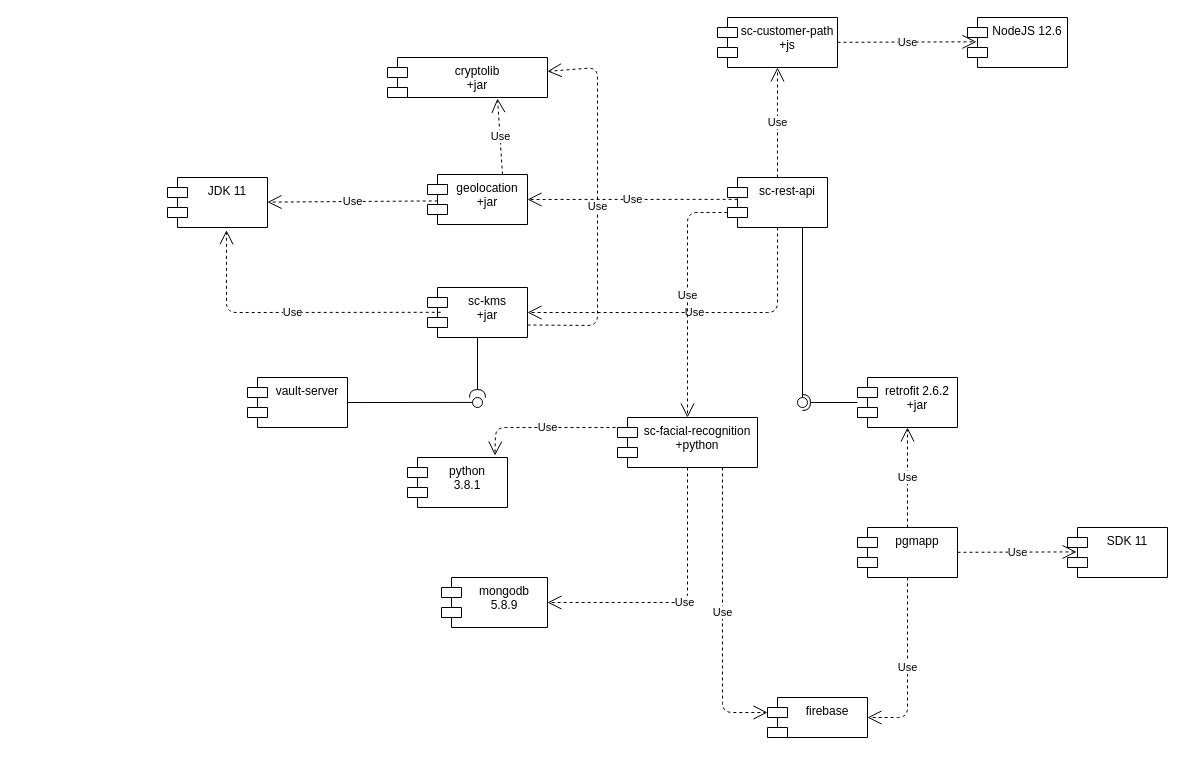
Before: diagrams/ComponentDiagram.drawio in jessicaraman/pds-stardust, a draw.io diagram. Source tidied: cells renumbered, new cells numbered last; positions are measured from the earlier drawing's top-left corner, leaving out a move shared by most shapes. Both pictures are drawn from the tidied source at 100%, with x=0, y=0 at pixel (167, 17).
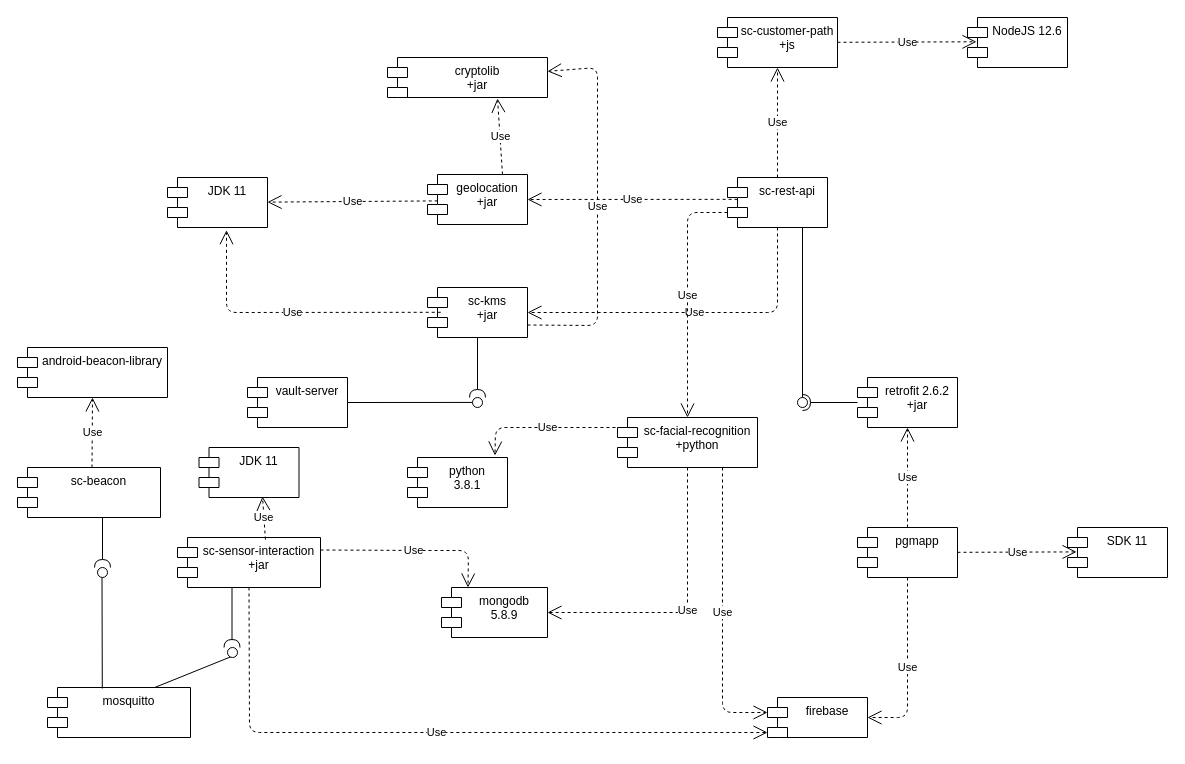
Above is the later version.

Commit message (it also covers changes not shown here):
add sequence diagram for uc3 (NCC) and update deployment/component diagrams

The change refers to these unchanged cells:
```xml
<mxCell id="29" value="sc-facial-recognition&#10;+python" style="shape=module;align=left;spacingLeft=20;align=center;verticalAlign=top;" parent="1" vertex="1">
  <mxGeometry x="450" y="400" width="140" height="50" as="geometry" />
</mxCell>
<mxCell id="31" value="firebase" style="shape=module;align=left;spacingLeft=20;align=center;verticalAlign=top;" parent="1" vertex="1">
  <mxGeometry x="600" y="680" width="100" height="40" as="geometry" />
</mxCell>
```

What changed in the source:
```diff
@@
     <mxCell id="30" value="mongodb&#10;5.8.9" style="shape=module;align=left;spacingLeft=20;align=center;verticalAlign=top;" parent="1" vertex="1">
-      <mxGeometry x="274" y="560" width="106" height="50" as="geometry" />
+      <mxGeometry x="274" y="570" width="106" height="50" as="geometry" />
     </mxCell>
@@
     <mxCell id="33" value="Use" style="endArrow=open;endSize=12;dashed=1;html=1;exitX=0.5;exitY=1;exitDx=0;exitDy=0;entryX=1;entryY=0.5;entryDx=0;entryDy=0;" parent="1" edge="1" source="29" target="30">
       <mxGeometry relative="1" as="geometry">
         <Array as="points">
-          <mxPoint x="520" y="585" />
+          <mxPoint x="520" y="595" />
         </Array>
       </mxGeometry>
     </mxCell>
@@
+    <mxCell id="38" value="sc-sensor-interaction&#10;+jar" style="shape=module;align=left;spacingLeft=20;align=center;verticalAlign=top;" parent="1" vertex="1">
+      <mxGeometry x="10" y="520" width="143" height="50" as="geometry" />
+    </mxCell>
+    <mxCell id="39" value="Use" style="endArrow=open;endSize=12;dashed=1;html=1;exitX=1;exitY=0.25;exitDx=0;exitDy=0;entryX=0.25;entryY=0;entryDx=0;entryDy=0;" parent="1" edge="1" source="38" target="30">
+      <mxGeometry relative="1" as="geometry">
+        <Array as="points">
+          <mxPoint x="260" y="533" />
+          <mxPoint x="301" y="533" />
+        </Array>
+      </mxGeometry>
+    </mxCell>
+    <mxCell id="40" value="Use" style="endArrow=open;endSize=12;dashed=1;html=1;exitX=0.5;exitY=1;exitDx=0;exitDy=0;entryX=0;entryY=0;entryDx=0;entryDy=35;entryPerimeter=0;" parent="1" edge="1" source="38" target="31">
+      <mxGeometry relative="1" as="geometry">
+        <Array as="points">
+          <mxPoint x="82" y="715" />
+          <mxPoint x="230" y="715" />
+        </Array>
+      </mxGeometry>
+    </mxCell>
+    <mxCell id="41" value="JDK 11" style="shape=module;align=left;spacingLeft=20;align=center;verticalAlign=top;" parent="1" vertex="1">
+      <mxGeometry x="31.5" y="430" width="100" height="50" as="geometry" />
+    </mxCell>
+    <mxCell id="42" value="Use" style="endArrow=open;endSize=12;dashed=1;html=1;entryX=0.635;entryY=0.98;entryDx=0;entryDy=0;entryPerimeter=0;exitX=0.615;exitY=0.04;exitDx=0;exitDy=0;exitPerimeter=0;" parent="1" edge="1" source="38" target="41">
+      <mxGeometry relative="1" as="geometry" />
+    </mxCell>
+    <mxCell id="43" value="mosquitto" style="shape=module;align=left;spacingLeft=20;align=center;verticalAlign=top;" parent="1" vertex="1">
+      <mxGeometry x="-120" y="670" width="143" height="50" as="geometry" />
+    </mxCell>
+    <mxCell id="44" style="rounded=0;jettySize=auto;html=1;endArrow=none;endFill=0;exitX=0.75;exitY=0;exitDx=0;exitDy=0;entryX=0.4;entryY=0.9;entryDx=0;entryDy=0;entryPerimeter=0;" parent="1" edge="1" source="43" target="45">
+      <mxGeometry relative="1" as="geometry" />
+    </mxCell>
+    <mxCell id="45" style="ellipse;whiteSpace=wrap;html=1;fontFamily=Helvetica;fontSize=12;fontColor=#000000;align=center;strokeColor=#000000;fillColor=#ffffff;points=[];" parent="1" vertex="1">
+      <mxGeometry x="60" y="630" width="10" height="10" as="geometry" />
+    </mxCell>
+    <mxCell id="46" style="rounded=0;orthogonalLoop=1;jettySize=auto;html=1;endArrow=halfCircle;endFill=0;endSize=6;strokeWidth=1;exitX=0.5;exitY=1;exitDx=0;exitDy=0;" parent="1" edge="1">
+      <mxGeometry relative="1" as="geometry">
+        <mxPoint x="64.5" y="570" as="sourcePoint" />
+        <mxPoint x="64.5" y="630" as="targetPoint" />
+      </mxGeometry>
+    </mxCell>
+    <mxCell id="47" value="sc-beacon" style="shape=module;align=left;spacingLeft=20;align=center;verticalAlign=top;" parent="1" vertex="1">
+      <mxGeometry x="-150" y="450" width="143" height="50" as="geometry" />
+    </mxCell>
+    <mxCell id="48" style="rounded=0;orthogonalLoop=1;jettySize=auto;html=1;endArrow=none;endFill=0;exitX=0.75;exitY=0;exitDx=0;exitDy=0;" parent="1" edge="1">
+      <mxGeometry relative="1" as="geometry">
+        <mxPoint x="-65.2" y="671" as="sourcePoint" />
+        <mxPoint x="-65.5" y="560" as="targetPoint" />
+      </mxGeometry>
+    </mxCell>
+    <mxCell id="49" style="ellipse;whiteSpace=wrap;html=1;fontFamily=Helvetica;fontSize=12;fontColor=#000000;align=center;strokeColor=#000000;fillColor=#ffffff;" parent="1" vertex="1">
+      <mxGeometry x="-70" y="550" width="10" height="10" as="geometry" />
+    </mxCell>
+    <mxCell id="50" style="rounded=0;orthogonalLoop=1;jettySize=auto;html=1;endArrow=halfCircle;endFill=0;endSize=6;strokeWidth=1;" parent="1" edge="1">
+      <mxGeometry relative="1" as="geometry">
+        <mxPoint x="-65" y="500" as="sourcePoint" />
+        <mxPoint x="-65" y="550" as="targetPoint" />
+      </mxGeometry>
+    </mxCell>
+    <mxCell id="51" value="android-beacon-library" style="shape=module;align=left;spacingLeft=20;align=center;verticalAlign=top;" parent="1" vertex="1">
+      <mxGeometry x="-150" y="330" width="150" height="50" as="geometry" />
+    </mxCell>
+    <mxCell id="52" value="Use" style="endArrow=open;endSize=12;dashed=1;html=1;exitX=0.5;exitY=0;exitDx=0;exitDy=0;" parent="1" edge="1">
+      <mxGeometry relative="1" as="geometry">
+        <mxPoint x="-75.5" y="450" as="sourcePoint" />
+        <mxPoint x="-75" y="380" as="targetPoint" />
+      </mxGeometry>
+    </mxCell>
```
